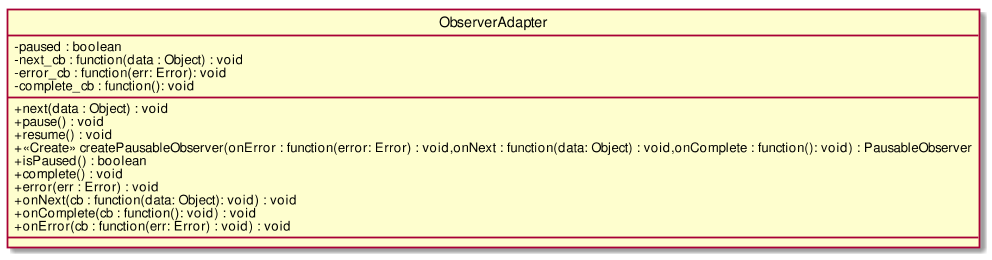
The PlantUML diagram RP/Esterni/DefinizioneDiProdotto/images/ClassObserverAdapter.png in CoCodeSWE/Docs, before a commit.
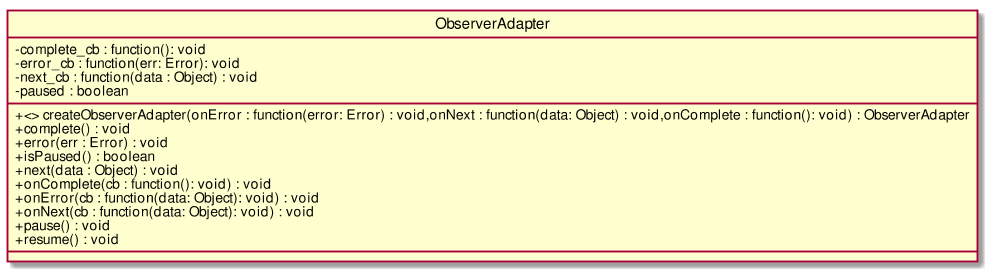
Later version of the same file.

Diff of the diagram source:
```diff
@@ -2,21 +2,21 @@
 scale 1000*1000
 skinparam classAttributeIconSize 0
 class ObserverAdapter{
+- complete_cb : function(): void
+- error_cb : function(err: Error): void
+- next_cb : function(data : Object) : void
 - paused : boolean
-- next_cb : function(data : Object) : void
-- error_cb : function(err: Error): void
-- complete_cb : function(): void
 __
++ <> createObserverAdapter(onError : function(error: Error) : void,onNext : function(data: Object) : void,onComplete : function(): void) : ObserverAdapter
++ complete() : void
++ error(err : Error) : void
++ isPaused() : boolean
 + next(data : Object) : void
++ onComplete(cb : function(): void) : void
++ onError(cb : function(data: Object): void) : void
++ onNext(cb : function(data: Object): void) : void
 + pause() : void
 + resume() : void
-+ <<Create>> createPausableObserver(onError : function(error: Error) : void,onNext : function(data: Object) : void,onComplete : function(): void) : PausableObserver
-+ isPaused() : boolean
-+ complete() : void
-+ error(err : Error) : void
-+ onNext(cb : function(data: Object): void) : void
-+ onComplete(cb : function(): void) : void
-+ onError(cb : function(err: Error) : void) : void
 __
 
 }
```
